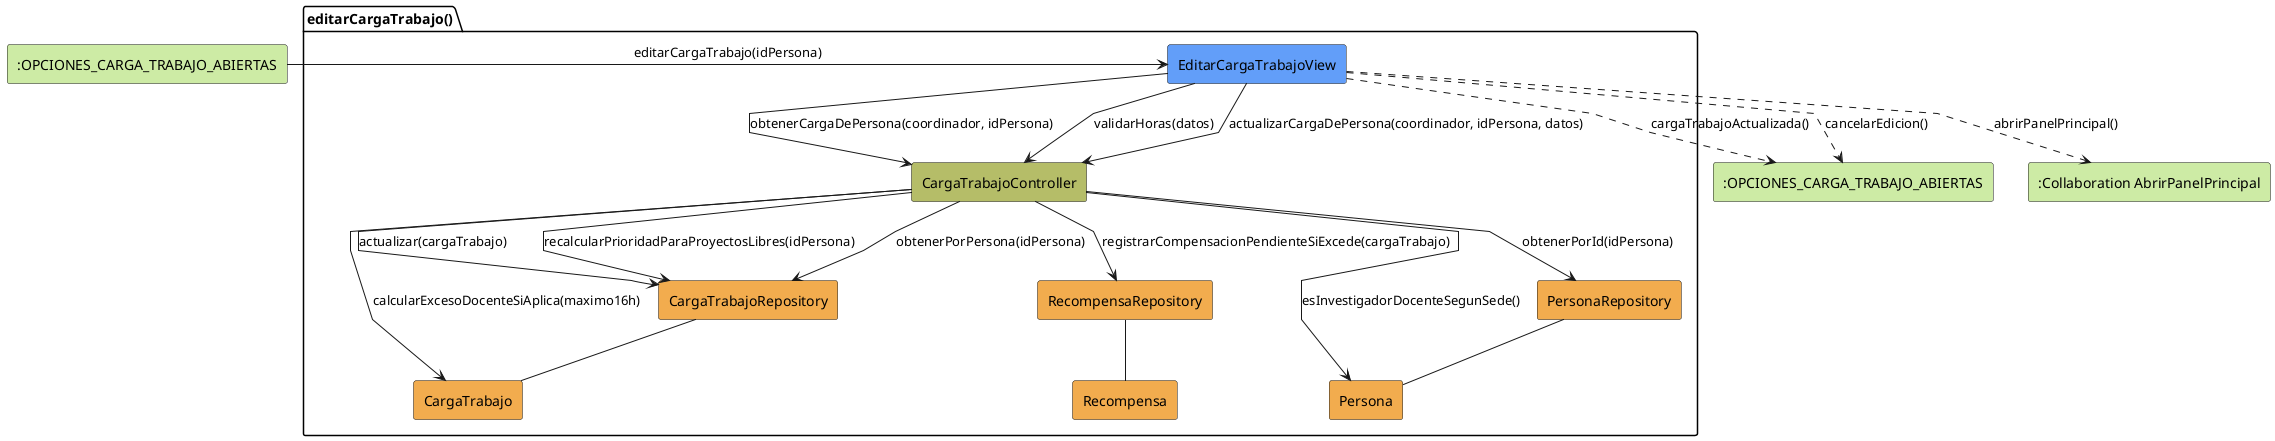
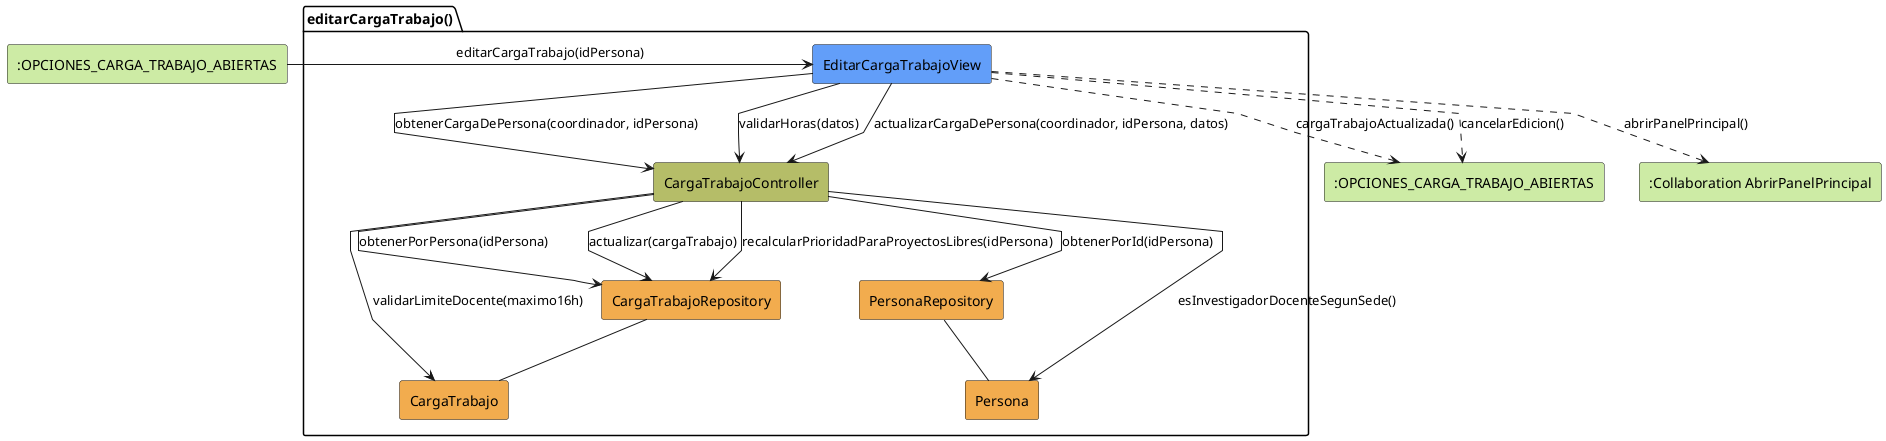
@startuml editarCargaTrabajo-analisis
skinparam linetype polyline

rectangle #CDEBA5 ":OPCIONES_CARGA_TRABAJO_ABIERTAS" as EstadoEntrada
package editarCargaTrabajo as "editarCargaTrabajo()" {
    rectangle #629EF9 EditarCargaTrabajoView
    rectangle #b5bd68 CargaTrabajoController
    rectangle #F2AC4E CargaTrabajoRepository
    rectangle #F2AC4E PersonaRepository
-     rectangle #F2AC4E RecompensaRepository
    rectangle #F2AC4E CargaTrabajo
    rectangle #F2AC4E Persona
-     rectangle #F2AC4E Recompensa
}

rectangle #CDEBA5 ":OPCIONES_CARGA_TRABAJO_ABIERTAS" as EstadoSalida
rectangle #CDEBA5 ":Collaboration AbrirPanelPrincipal" as AbrirPanelPrincipal

EstadoEntrada -r-> EditarCargaTrabajoView: editarCargaTrabajo(idPersona)

EditarCargaTrabajoView -d-> CargaTrabajoController: obtenerCargaDePersona(coordinador, idPersona)
EditarCargaTrabajoView --> CargaTrabajoController: validarHoras(datos)
EditarCargaTrabajoView --> CargaTrabajoController: actualizarCargaDePersona(coordinador, idPersona, datos)
CargaTrabajoController --> PersonaRepository: obtenerPorId(idPersona)
CargaTrabajoController --> CargaTrabajoRepository: obtenerPorPersona(idPersona)
CargaTrabajoController --> Persona: esInvestigadorDocenteSegunSede()
- CargaTrabajoController --> CargaTrabajo: calcularExcesoDocenteSiAplica(maximo16h)
+ CargaTrabajoController --> CargaTrabajo: validarLimiteDocente(maximo16h)
CargaTrabajoController --> CargaTrabajoRepository: actualizar(cargaTrabajo)
CargaTrabajoController --> CargaTrabajoRepository: recalcularPrioridadParaProyectosLibres(idPersona)
- CargaTrabajoController --> RecompensaRepository: registrarCompensacionPendienteSiExcede(cargaTrabajo)
PersonaRepository -- Persona
CargaTrabajoRepository -- CargaTrabajo
- RecompensaRepository -- Recompensa
EditarCargaTrabajoView ..> EstadoSalida: cargaTrabajoActualizada()
EditarCargaTrabajoView ..> EstadoSalida: cancelarEdicion()
EditarCargaTrabajoView ..> AbrirPanelPrincipal: abrirPanelPrincipal()

@enduml
